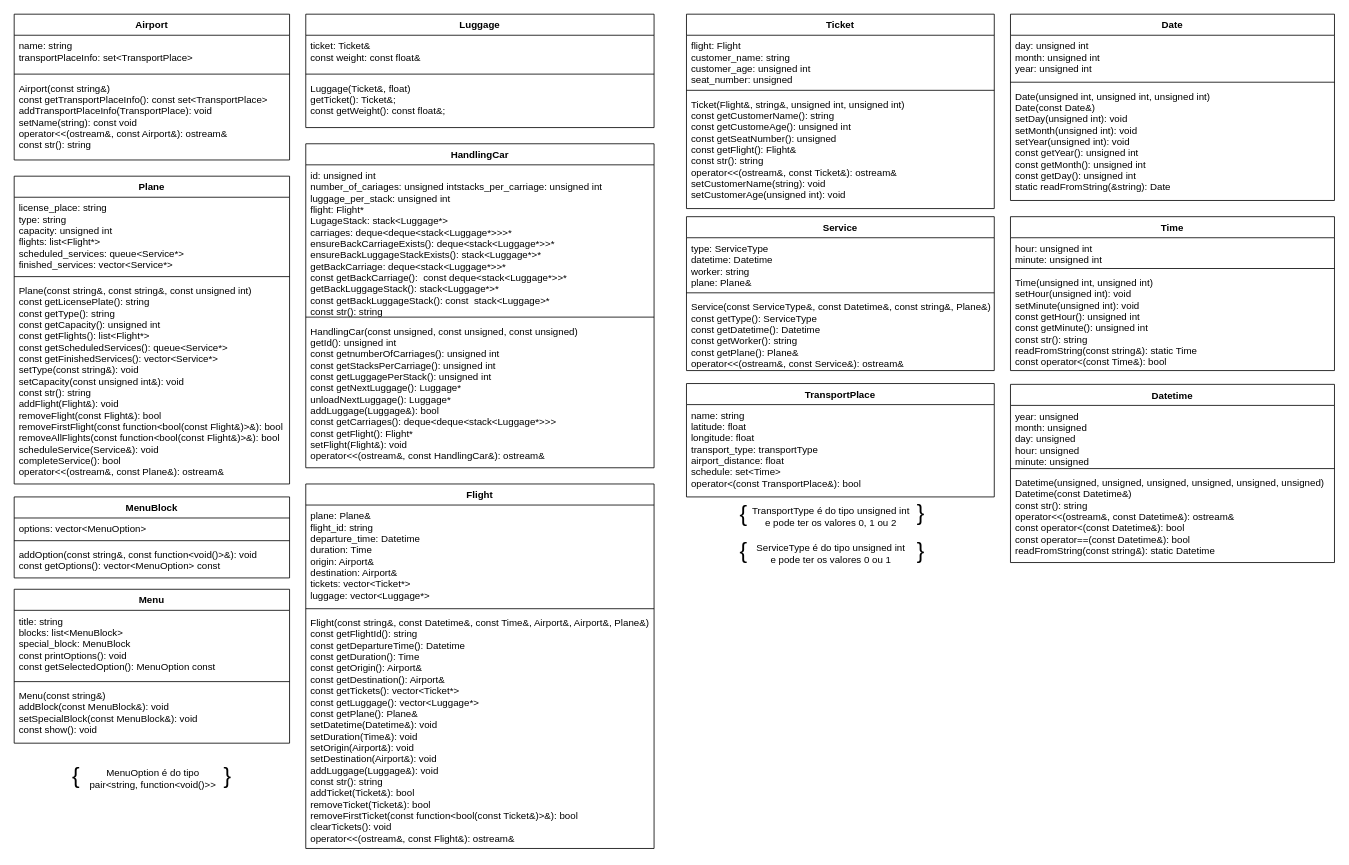
This is Untitled Diagram.drawio from dendinho-e-bolinha/airline, a draw.io file, before an edit. Source tidied: cells renumbered, new cells numbered last; positions are measured from the earlier drawing's top-left corner, leaving out a move shared by most shapes. Both pictures are drawn from the tidied source at 81%, with x=0, y=0 at pixel (14, 14).
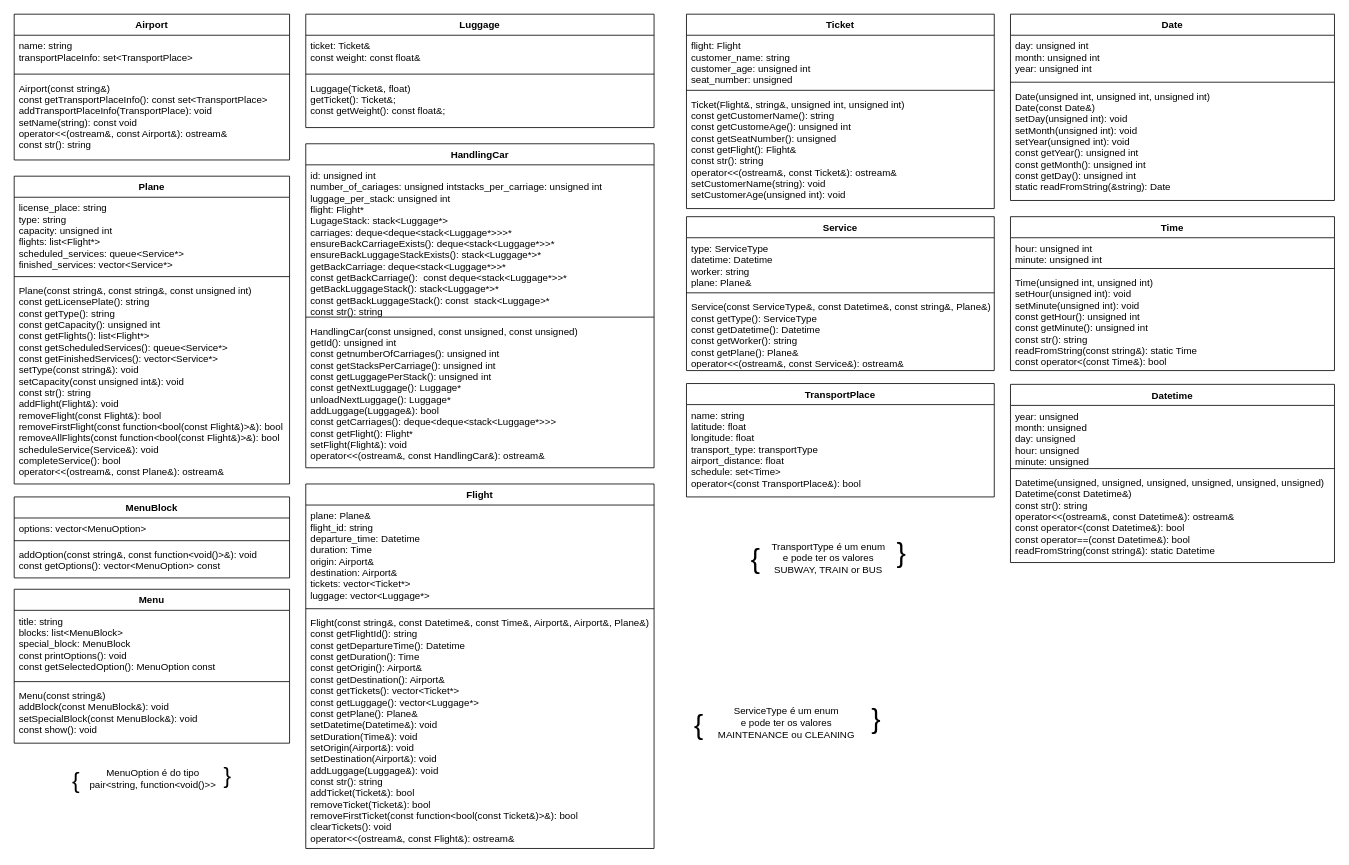
Above is the later version.

Diff of the diagram source:
```diff
@@
-    <mxCell id="48" value="{" style="text;html=1;align=center;verticalAlign=middle;strokeColor=none;fillColor=none;fontSize=28;" parent="1" vertex="1">
-      <mxGeometry x="890" y="596" width="20" height="40" as="geometry" />
+    <mxCell id="48" value="{" style="text;html=1;align=center;verticalAlign=middle;strokeColor=none;fillColor=none;fontSize=34;" parent="1" vertex="1">
+      <mxGeometry x="900" y="647" width="30" height="50" as="geometry" />
     </mxCell>
-    <mxCell id="49" value="{" style="text;html=1;align=center;verticalAlign=middle;strokeColor=none;fillColor=none;fontSize=28;rotation=-180;" parent="1" vertex="1">
-      <mxGeometry x="1110" y="602" width="20" height="40" as="geometry" />
+    <mxCell id="49" value="{" style="text;html=1;align=center;verticalAlign=middle;strokeColor=none;fillColor=none;fontSize=34;rotation=-180;" parent="1" vertex="1">
+      <mxGeometry x="1081" y="647" width="30" height="50" as="geometry" />
     </mxCell>
-    <mxCell id="50" value="&lt;div&gt;TransportType é do tipo unsigned int&lt;/div&gt;&lt;div&gt; e pode ter os valores 0, 1 ou 2&lt;/div&gt;" style="text;html=1;align=center;verticalAlign=middle;strokeColor=none;fillColor=none;fontSize=12;" parent="1" vertex="1">
-      <mxGeometry x="903" y="605" width="210" height="30" as="geometry" />
+    <mxCell id="50" value="&lt;div&gt;TransportType é um enum&lt;br&gt;&lt;/div&gt;&lt;div&gt; e pode ter os valores&lt;/div&gt;&lt;div&gt;SUBWAY, TRAIN or BUS&lt;br&gt;&lt;/div&gt;" style="text;html=1;align=center;verticalAlign=middle;strokeColor=none;fillColor=none;fontSize=12;" parent="1" vertex="1">
+      <mxGeometry x="930" y="647" width="150" height="50" as="geometry" />
     </mxCell>
-    <mxCell id="51" value="{" style="text;html=1;align=center;verticalAlign=middle;strokeColor=none;fillColor=none;fontSize=28;" parent="1" vertex="1">
-      <mxGeometry x="890" y="642" width="20" height="40" as="geometry" />
+    <mxCell id="51" value="{" style="text;html=1;align=center;verticalAlign=middle;strokeColor=none;fillColor=none;fontSize=34;" parent="1" vertex="1">
+      <mxGeometry x="830" y="852" width="30" height="50" as="geometry" />
     </mxCell>
-    <mxCell id="52" value="{" style="text;html=1;align=center;verticalAlign=middle;strokeColor=none;fillColor=none;fontSize=28;rotation=-180;" parent="1" vertex="1">
-      <mxGeometry x="1110" y="648" width="20" height="40" as="geometry" />
+    <mxCell id="52" value="{" style="text;html=1;align=center;verticalAlign=middle;strokeColor=none;fillColor=none;fontSize=34;rotation=-180;" parent="1" vertex="1">
+      <mxGeometry x="1050" y="852" width="30" height="50" as="geometry" />
     </mxCell>
-    <mxCell id="53" value="&lt;div&gt;ServiceType é do tipo unsigned int&lt;/div&gt;&lt;div&gt;e pode ter os valores 0 ou 1&lt;br&gt;&lt;/div&gt;" style="text;html=1;align=center;verticalAlign=middle;strokeColor=none;fillColor=none;fontSize=12;" parent="1" vertex="1">
-      <mxGeometry x="908" y="651" width="200" height="30" as="geometry" />
+    <mxCell id="53" value="&lt;div&gt;ServiceType é um enum&lt;br&gt;&lt;/div&gt;&lt;div&gt;e pode ter os valores&lt;br&gt;&lt;/div&gt;&lt;div&gt;MAINTENANCE ou CLEANING&lt;br&gt;&lt;/div&gt;" style="text;html=1;align=center;verticalAlign=middle;strokeColor=none;fillColor=none;fontSize=12;" parent="1" vertex="1">
+      <mxGeometry x="863" y="850" width="180" height="50" as="geometry" />
     </mxCell>
     <mxCell id="54" value="{" style="text;html=1;align=center;verticalAlign=middle;strokeColor=none;fillColor=none;fontSize=28;" parent="1" vertex="1">
-      <mxGeometry x="65.5" y="920" width="20" height="40" as="geometry" />
+      <mxGeometry x="65.5" y="926" width="20" height="40" as="geometry" />
     </mxCell>
```
